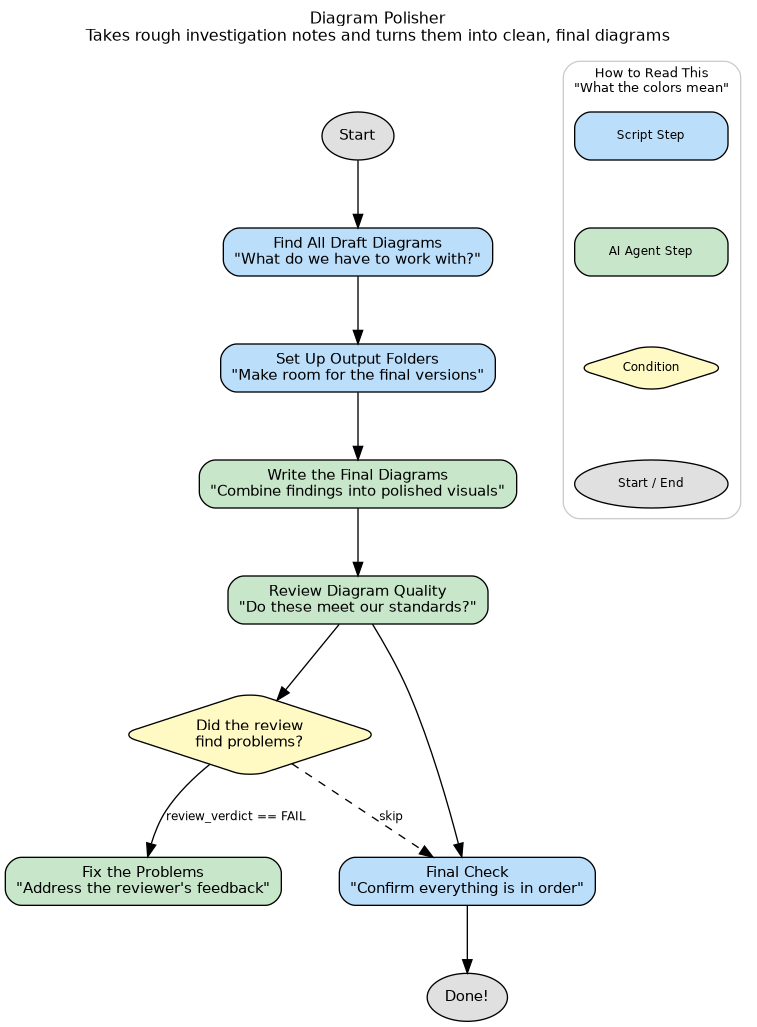
Above: recipes/dotfiles-synthesis.png in bkrabach/amplifier-bundle-dot-docs (Graphviz), before the change. Its source is kept beside it as recipes/dotfiles-synthesis.dot.
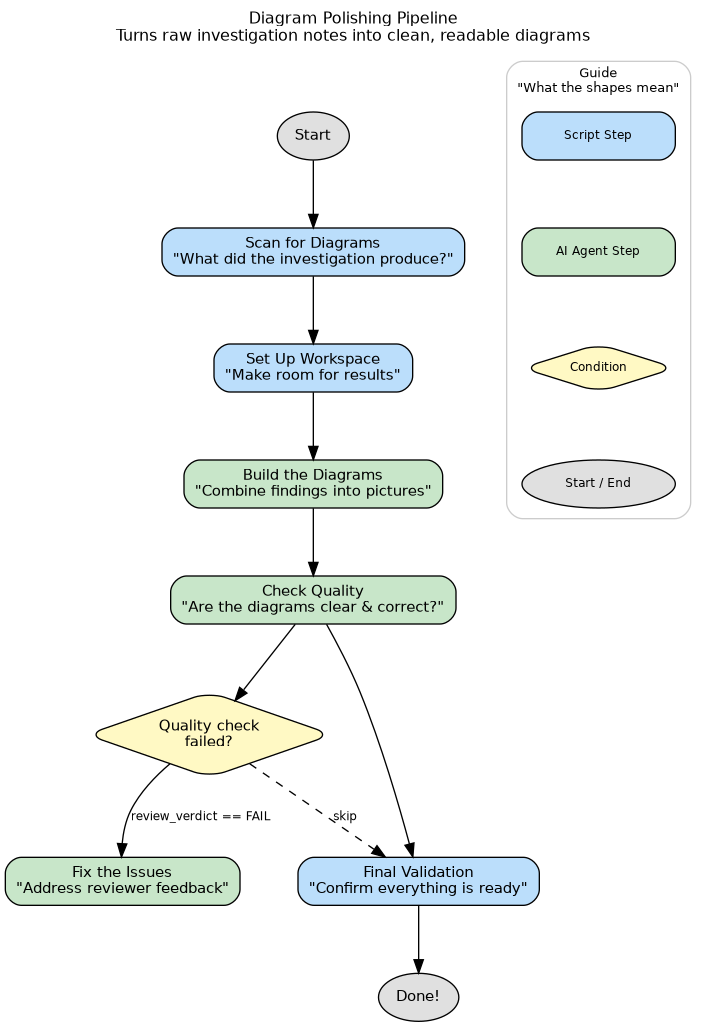
The same diagram one commit later.

Commit message:
docs: regenerate recipe flow diagrams with sub-recipe filenames in labels

Change to the diagram source:
```diff
@@ -2,7 +2,7 @@
     rankdir=TB
     fontname="Helvetica"
     fontsize=12
-    label="Diagram Polisher\nTakes rough investigation notes and turns them into clean, final diagrams"
+    label="Diagram Polishing Pipeline\nTurns raw investigation notes into clean, readable diagrams"
     labelloc=t
     labeljust=c
     compound=true
@@ -17,13 +17,13 @@
     start [label="Start", shape=oval, fillcolor="#e0e0e0"]
     done  [label="Done!", shape=oval, fillcolor="#e0e0e0"]
 
-    step_inventory_dots [label="Find All Draft Diagrams\n\"What do we have to work with?\"", shape=box, fillcolor="#bbdefb", style="filled,rounded", tooltip="set -euo pipefail INV='{{investigation_dir}}'  echo '=== INVESTIGATION DIRECTORY STRUCTURE ===' find"]
-    step_prepare_output [label="Set Up Output Folders\n\"Make room for the final versions\"", shape=box, fillcolor="#bbdefb", style="filled,rounded", tooltip="set -euo pipefail mkdir -p '{{output_dir}}' mkdir -p '{{output_dir}}/.discovery' echo 'Output direct"]
-    step_synthesize [label="Write the Final Diagrams\n\"Combine findings into polished visuals\"", shape=box, fillcolor="#c8e6c9", style="filled,rounded", tooltip="dot-graph:dot-author"]
-    step_quality_review [label="Review Diagram Quality\n\"Do these meet our standards?\"", shape=box, fillcolor="#c8e6c9", style="filled,rounded", tooltip="dot-graph:diagram-reviewer"]
-    cond_step_fix_if_failed [label="Did the review\nfind problems?", shape=diamond, fillcolor="#fff9c4"]
-    step_fix_if_failed [label="Fix the Problems\n\"Address the reviewer's feedback\"", shape=box, fillcolor="#c8e6c9", style="filled,rounded", tooltip="dot-graph:dot-author"]
-    step_validate_output [label="Final Check\n\"Confirm everything is in order\"", shape=box, fillcolor="#bbdefb", style="filled,rounded", tooltip="set -euo pipefail python3 - <<'PYEOF' import sys from pathlib import Path  # Add tools directory to "]
+    step_inventory_dots [label="Scan for Diagrams\n\"What did the investigation produce?\"", shape=box, fillcolor="#bbdefb", style="filled,rounded", tooltip="set -euo pipefail INV='{{investigation_dir}}'  echo '=== INVESTIGATION DIRECTORY STRUCTURE ===' find"]
+    step_prepare_output [label="Set Up Workspace\n\"Make room for results\"", shape=box, fillcolor="#bbdefb", style="filled,rounded", tooltip="set -euo pipefail mkdir -p '{{output_dir}}' mkdir -p '{{output_dir}}/.discovery' echo 'Output direct"]
+    step_synthesize [label="Build the Diagrams\n\"Combine findings into pictures\"", shape=box, fillcolor="#c8e6c9", style="filled,rounded", tooltip="dot-graph:dot-author"]
+    step_quality_review [label="Check Quality\n\"Are the diagrams clear & correct?\"", shape=box, fillcolor="#c8e6c9", style="filled,rounded", tooltip="dot-graph:diagram-reviewer"]
+    cond_step_fix_if_failed [label="Quality check\nfailed?", shape=diamond, fillcolor="#fff9c4"]
+    step_fix_if_failed [label="Fix the Issues\n\"Address reviewer feedback\"", shape=box, fillcolor="#c8e6c9", style="filled,rounded", tooltip="dot-graph:dot-author"]
+    step_validate_output [label="Final Validation\n\"Confirm everything is ready\"", shape=box, fillcolor="#bbdefb", style="filled,rounded", tooltip="set -euo pipefail python3 - <<'PYEOF' import sys from pathlib import Path  # Add tools directory to "]
 
     start -> step_inventory_dots
     step_inventory_dots -> step_prepare_output
@@ -36,7 +36,7 @@
     step_validate_output -> done
 
     subgraph cluster_legend {
-        label="How to Read This\n\"What the colors mean\""
+        label="Guide\n\"What the shapes mean\""
         style="filled,rounded"
         fillcolor="white"
         color="#cccccc"
```
